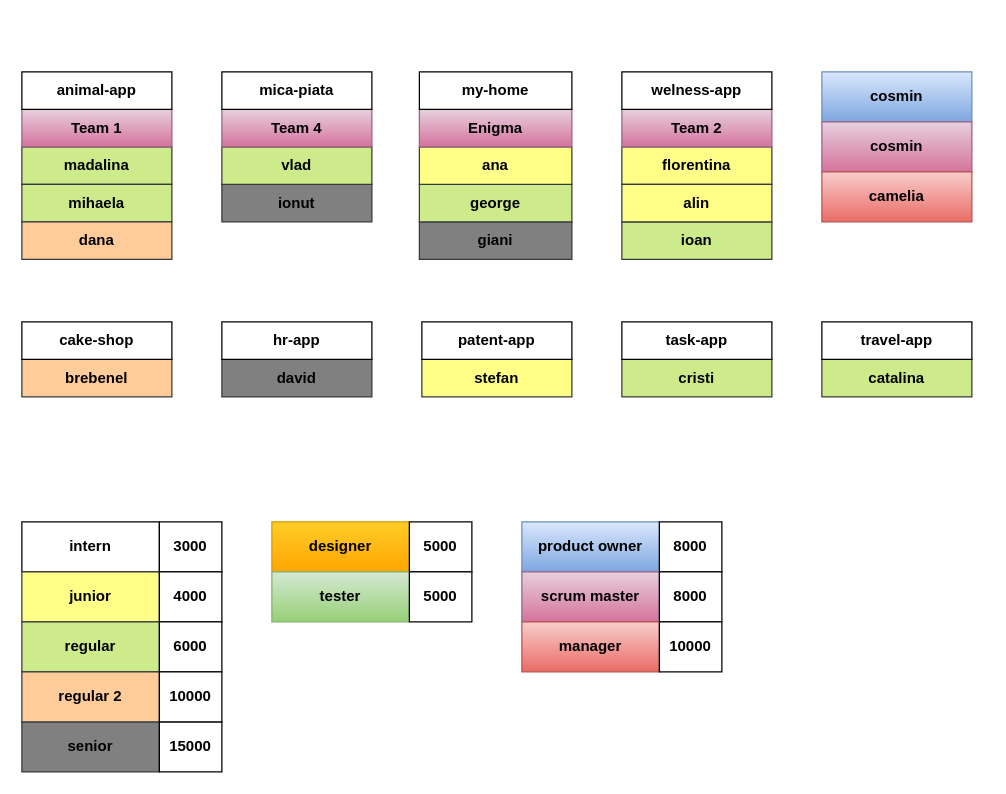
This is docs/team RO23.drawio from cosminbucur/final-ro23, a draw.io file, before an edit. Source tidied: cells renumbered, new cells numbered last; positions are measured from the earlier drawing's top-left corner, leaving out a move shared by most shapes. Both pictures are drawn from the tidied source at 125%, with x=0, y=0 at pixel (21, 71).
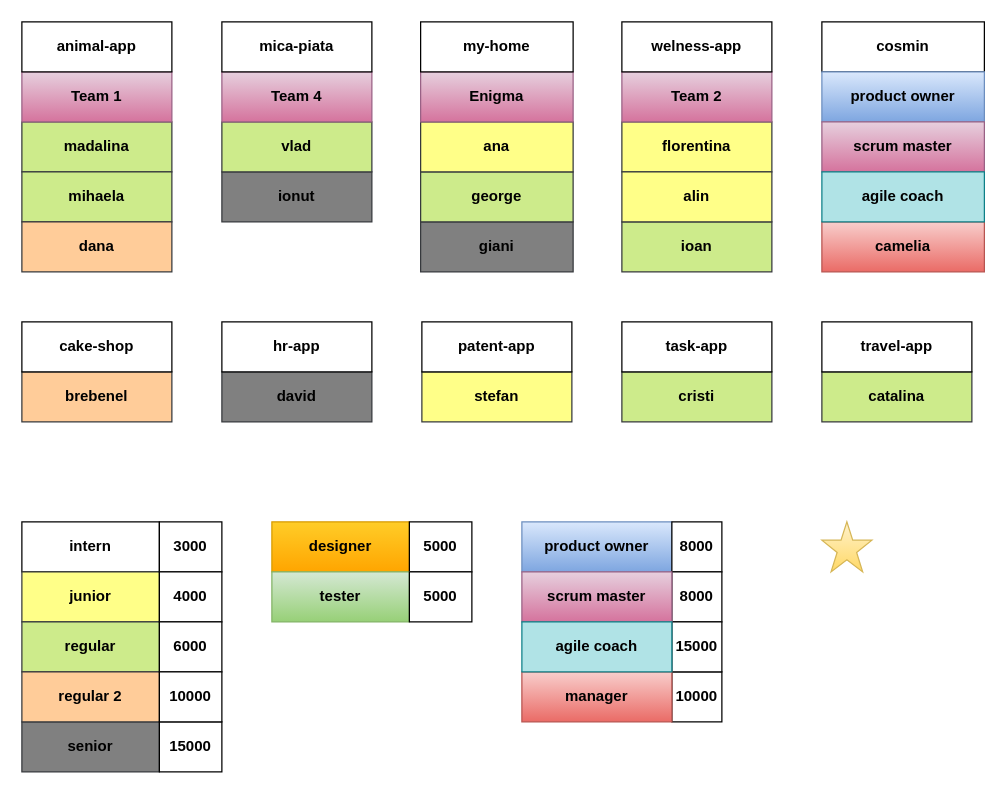
After the change.

Change to the diagram source:
```diff
@@
     <mxCell id="7" style="group;" parent="1" vertex="1">
-      <mxGeometry x="320" y="200" width="120" height="60" as="geometry" />
+      <mxGeometry x="320" y="200" width="120" height="80" as="geometry" />
     </mxCell>
     <mxCell id="8" value="stefan" style="rounded=0;whiteSpace=wrap;html=1;fillColor=#ffff88;strokeColor=#36393d;fontStyle=1;" parent="7" vertex="1">
-      <mxGeometry y="30" width="120" height="30" as="geometry" />
+      <mxGeometry y="40" width="120" height="40" as="geometry" />
     </mxCell>
     <mxCell id="9" value="patent-app" style="rounded=0;whiteSpace=wrap;html=1;fontStyle=1;" parent="7" vertex="1">
-      <mxGeometry width="120" height="30" as="geometry" />
+      <mxGeometry width="120" height="40" as="geometry" />
     </mxCell>
@@
-    <mxCell id="15" value="product owner" style="rounded=0;whiteSpace=wrap;html=1;fillColor=#dae8fc;strokeColor=#6c8ebf;fontStyle=1;gradientColor=#7ea6e0;" parent="1" vertex="1">
-      <mxGeometry x="400" y="360" width="110" height="40" as="geometry" />
-    </mxCell>
-    <mxCell id="16" value="8000" style="rounded=0;whiteSpace=wrap;html=1;fontStyle=1;" parent="1" vertex="1">
-      <mxGeometry x="510" y="360" width="50" height="40" as="geometry" />
-    </mxCell>
-    <mxCell id="17" value="scrum master" style="rounded=0;whiteSpace=wrap;html=1;fillColor=#e6d0de;strokeColor=#996185;fontStyle=1;gradientColor=#d5739d;" parent="1" vertex="1">
-      <mxGeometry x="400" y="400" width="110" height="40" as="geometry" />
-    </mxCell>
-    <mxCell id="18" value="8000" style="rounded=0;whiteSpace=wrap;html=1;fontStyle=1;" parent="1" vertex="1">
-      <mxGeometry x="510" y="400" width="50" height="40" as="geometry" />
-    </mxCell>
-    <mxCell id="19" value="manager" style="rounded=0;whiteSpace=wrap;html=1;fillColor=#f8cecc;strokeColor=#b85450;fontStyle=1;gradientColor=#ea6b66;" parent="1" vertex="1">
-      <mxGeometry x="400" y="440" width="110" height="40" as="geometry" />
-    </mxCell>
-    <mxCell id="20" value="10000" style="rounded=0;whiteSpace=wrap;html=1;fontStyle=1;" parent="1" vertex="1">
-      <mxGeometry x="510" y="440" width="50" height="40" as="geometry" />
-    </mxCell>
@@
     <mxCell id="25" style="group;" parent="1" vertex="1">
-      <mxGeometry x="640" y="200" width="120" height="60" as="geometry" />
+      <mxGeometry x="640" y="200" width="120" height="80" as="geometry" />
     </mxCell>
     <mxCell id="26" value="catalina" style="rounded=0;whiteSpace=wrap;html=1;fillColor=#cdeb8b;strokeColor=#36393d;fontStyle=1;" parent="25" vertex="1">
-      <mxGeometry y="30" width="120" height="30" as="geometry" />
+      <mxGeometry y="40" width="120" height="40" as="geometry" />
     </mxCell>
     <mxCell id="27" value="travel-app" style="rounded=0;whiteSpace=wrap;html=1;fontStyle=1;" parent="25" vertex="1">
-      <mxGeometry width="120" height="30" as="geometry" />
+      <mxGeometry width="120" height="40" as="geometry" />
     </mxCell>
     <mxCell id="28" style="group;" parent="1" vertex="1">
-      <mxGeometry x="480" y="200" width="120" height="60" as="geometry" />
+      <mxGeometry x="480" y="200" width="120" height="80" as="geometry" />
     </mxCell>
     <mxCell id="29" value="cristi" style="rounded=0;whiteSpace=wrap;html=1;fillColor=#cdeb8b;strokeColor=#36393d;fontStyle=1;" parent="28" vertex="1">
-      <mxGeometry y="30" width="120" height="30" as="geometry" />
+      <mxGeometry y="40" width="120" height="40" as="geometry" />
     </mxCell>
     <mxCell id="30" value="task-app" style="rounded=0;whiteSpace=wrap;html=1;fontStyle=1;" parent="28" vertex="1">
-      <mxGeometry width="120" height="30" as="geometry" />
+      <mxGeometry width="120" height="40" as="geometry" />
     </mxCell>
     <mxCell id="31" style="group;" parent="1" vertex="1">
-      <mxGeometry y="200" width="120" height="60" as="geometry" />
+      <mxGeometry y="200" width="120" height="80" as="geometry" />
     </mxCell>
     <mxCell id="32" value="brebenel" style="rounded=0;whiteSpace=wrap;html=1;strokeColor=#36393d;fontStyle=1;fillColor=#FFCC99;" parent="31" vertex="1">
-      <mxGeometry y="30" width="120" height="30" as="geometry" />
+      <mxGeometry y="40" width="120" height="40" as="geometry" />
     </mxCell>
     <mxCell id="33" value="cake-shop" style="rounded=0;whiteSpace=wrap;html=1;fontStyle=1;" parent="31" vertex="1">
-      <mxGeometry width="120" height="30" as="geometry" />
+      <mxGeometry width="120" height="40" as="geometry" />
     </mxCell>
     <mxCell id="34" style="group;" parent="1" vertex="1">
-      <mxGeometry x="160" y="200" width="120" height="60" as="geometry" />
+      <mxGeometry x="160" y="200" width="120" height="80" as="geometry" />
     </mxCell>
     <mxCell id="35" value="david" style="rounded=0;whiteSpace=wrap;html=1;strokeColor=#36393d;fontStyle=1;fillColor=#808080;" parent="34" vertex="1">
-      <mxGeometry y="30" width="120" height="30" as="geometry" />
+      <mxGeometry y="40" width="120" height="40" as="geometry" />
     </mxCell>
     <mxCell id="36" value="hr-app" style="rounded=0;whiteSpace=wrap;html=1;fontStyle=1;" parent="34" vertex="1">
-      <mxGeometry width="120" height="30" as="geometry" />
+      <mxGeometry width="120" height="40" as="geometry" />
     </mxCell>
     <mxCell id="37" style="group;" parent="1" vertex="1">
-      <mxGeometry width="120" height="150" as="geometry" />
+      <mxGeometry y="-40" width="120" height="200" as="geometry" />
     </mxCell>
     <mxCell id="38" value="madalina" style="rounded=0;whiteSpace=wrap;html=1;fillColor=#cdeb8b;strokeColor=#36393d;fontStyle=1;" parent="37" vertex="1">
-      <mxGeometry y="60" width="120" height="30" as="geometry" />
+      <mxGeometry y="80" width="120" height="40" as="geometry" />
     </mxCell>
     <mxCell id="39" value="mihaela" style="rounded=0;whiteSpace=wrap;html=1;fillColor=#cdeb8b;strokeColor=#36393d;fontStyle=1;" parent="37" vertex="1">
-      <mxGeometry y="90" width="120" height="30" as="geometry" />
+      <mxGeometry y="120" width="120" height="40" as="geometry" />
     </mxCell>
     <mxCell id="40" value="dana" style="rounded=0;whiteSpace=wrap;html=1;strokeColor=#36393d;fontStyle=1;fillColor=#FFCC99;" parent="37" vertex="1">
-      <mxGeometry y="120" width="120" height="30" as="geometry" />
+      <mxGeometry y="160" width="120" height="40" as="geometry" />
     </mxCell>
     <mxCell id="41" value="Team 1" style="rounded=0;whiteSpace=wrap;html=1;fontStyle=1;gradientColor=#d5739d;fillColor=#e6d0de;strokeColor=#996185;" parent="37" vertex="1">
-      <mxGeometry y="30" width="120" height="30" as="geometry" />
+      <mxGeometry y="40" width="120" height="40" as="geometry" />
     </mxCell>
     <mxCell id="42" value="animal-app" style="rounded=0;whiteSpace=wrap;html=1;fontStyle=1;" parent="37" vertex="1">
-      <mxGeometry width="120" height="30" as="geometry" />
+      <mxGeometry width="120" height="40" as="geometry" />
     </mxCell>
     <mxCell id="43" style="group;" parent="1" vertex="1">
-      <mxGeometry x="160" width="120" height="120" as="geometry" />
+      <mxGeometry x="160" y="-40" width="120" height="160" as="geometry" />
     </mxCell>
     <mxCell id="44" value="ionut" style="rounded=0;whiteSpace=wrap;html=1;strokeColor=#36393d;fontStyle=1;fillColor=#808080;" parent="43" vertex="1">
-      <mxGeometry y="90" width="120" height="30" as="geometry" />
+      <mxGeometry y="120" width="120" height="40" as="geometry" />
     </mxCell>
     <mxCell id="45" value="vlad" style="rounded=0;whiteSpace=wrap;html=1;fillColor=#cdeb8b;strokeColor=#36393d;fontStyle=1;" parent="43" vertex="1">
-      <mxGeometry y="60" width="120" height="30" as="geometry" />
+      <mxGeometry y="80" width="120" height="40" as="geometry" />
     </mxCell>
     <mxCell id="46" value="Team 4" style="rounded=0;whiteSpace=wrap;html=1;fontStyle=1;gradientColor=#d5739d;fillColor=#e6d0de;strokeColor=#996185;" parent="43" vertex="1">
-      <mxGeometry y="30" width="120" height="30" as="geometry" />
+      <mxGeometry y="40" width="120" height="40" as="geometry" />
     </mxCell>
     <mxCell id="47" value="mica-piata" style="rounded=0;whiteSpace=wrap;html=1;fontStyle=1;" parent="43" vertex="1">
-      <mxGeometry width="120" height="30" as="geometry" />
+      <mxGeometry width="120" height="40" as="geometry" />
     </mxCell>
     <mxCell id="48" style="group;" parent="1" vertex="1">
-      <mxGeometry x="318" width="122" height="150" as="geometry" />
+      <mxGeometry x="319" y="-40" width="122" height="200" as="geometry" />
     </mxCell>
     <mxCell id="49" value="giani" style="rounded=0;whiteSpace=wrap;html=1;strokeColor=#36393d;fontStyle=1;fillColor=#808080;" parent="48" vertex="1">
-      <mxGeometry y="120" width="122" height="30" as="geometry" />
+      <mxGeometry y="160" width="122" height="40" as="geometry" />
     </mxCell>
     <mxCell id="50" value="george" style="rounded=0;whiteSpace=wrap;html=1;fillColor=#cdeb8b;strokeColor=#36393d;fontStyle=1;" parent="48" vertex="1">
-      <mxGeometry y="90" width="122" height="30" as="geometry" />
+      <mxGeometry y="120" width="122" height="40" as="geometry" />
     </mxCell>
     <mxCell id="51" value="ana" style="rounded=0;whiteSpace=wrap;html=1;fillColor=#ffff88;strokeColor=#36393d;fontStyle=1;" parent="48" vertex="1">
-      <mxGeometry y="60" width="122" height="30" as="geometry" />
+      <mxGeometry y="80" width="122" height="40" as="geometry" />
     </mxCell>
     <mxCell id="52" value="Enigma" style="rounded=0;whiteSpace=wrap;html=1;fontStyle=1;gradientColor=#d5739d;fillColor=#e6d0de;strokeColor=#996185;" parent="48" vertex="1">
-      <mxGeometry y="30" width="122" height="30" as="geometry" />
+      <mxGeometry y="40" width="122" height="40" as="geometry" />
     </mxCell>
     <mxCell id="53" value="my-home" style="rounded=0;whiteSpace=wrap;html=1;fontStyle=1;" parent="48" vertex="1">
-      <mxGeometry width="122" height="30" as="geometry" />
+      <mxGeometry width="122" height="40" as="geometry" />
     </mxCell>
     <mxCell id="54" style="group;" parent="1" vertex="1">
-      <mxGeometry x="480" width="120" height="150" as="geometry" />
+      <mxGeometry x="480" y="-40" width="120" height="200" as="geometry" />
     </mxCell>
     <mxCell id="55" value="florentina" style="rounded=0;whiteSpace=wrap;html=1;fillColor=#ffff88;strokeColor=#36393d;fontStyle=1;" parent="54" vertex="1">
-      <mxGeometry y="60" width="120" height="30" as="geometry" />
+      <mxGeometry y="80" width="120" height="40" as="geometry" />
     </mxCell>
     <mxCell id="56" value="ioan" style="rounded=0;whiteSpace=wrap;html=1;fillColor=#cdeb8b;strokeColor=#36393d;fontStyle=1;" parent="54" vertex="1">
-      <mxGeometry y="120" width="120" height="30" as="geometry" />
+      <mxGeometry y="160" width="120" height="40" as="geometry" />
     </mxCell>
     <mxCell id="57" value="alin" style="rounded=0;whiteSpace=wrap;html=1;fillColor=#ffff88;strokeColor=#36393d;fontStyle=1;" parent="54" vertex="1">
-      <mxGeometry y="90" width="120" height="30" as="geometry" />
+      <mxGeometry y="120" width="120" height="40" as="geometry" />
     </mxCell>
     <mxCell id="58" value="Team 2" style="rounded=0;whiteSpace=wrap;html=1;fontStyle=1;gradientColor=#d5739d;fillColor=#e6d0de;strokeColor=#996185;" parent="54" vertex="1">
-      <mxGeometry y="30" width="120" height="30" as="geometry" />
+      <mxGeometry y="40" width="120" height="40" as="geometry" />
     </mxCell>
     <mxCell id="59" value="welness-app" style="rounded=0;whiteSpace=wrap;html=1;fontStyle=1;" parent="54" vertex="1">
-      <mxGeometry width="120" height="30" as="geometry" />
+      <mxGeometry width="120" height="40" as="geometry" />
     </mxCell>
     <mxCell id="60" style="group;" parent="1" vertex="1">
-      <mxGeometry x="640" width="120" height="120" as="geometry" />
+      <mxGeometry x="640" y="-40" width="120" height="120" as="geometry" />
     </mxCell>
+    <mxCell id="64" style="verticalLabelPosition=bottom;verticalAlign=top;html=1;shape=mxgraph.basic.star;fillColor=#fff2cc;strokeColor=#d6b656;gradientColor=#ffd966;" parent="1" vertex="1">
+      <mxGeometry x="640" y="360" width="40" height="40" as="geometry" />
+    </mxCell>
+    <mxCell id="65" style="group;" parent="1" vertex="1">
+      <mxGeometry x="400" y="360" width="160" height="160" as="geometry" />
+    </mxCell>
+    <mxCell id="15" value="product owner" style="rounded=0;whiteSpace=wrap;html=1;fillColor=#dae8fc;strokeColor=#6c8ebf;fontStyle=1;gradientColor=#7ea6e0;" parent="65" vertex="1">
+      <mxGeometry width="120" height="40" as="geometry" />
+    </mxCell>
+    <mxCell id="66" style="group;" parent="65" vertex="1">
+      <mxGeometry x="120" width="40" height="160" as="geometry" />
+    </mxCell>
+    <mxCell id="16" value="8000" style="rounded=0;whiteSpace=wrap;html=1;fontStyle=1;" parent="66" vertex="1">
+      <mxGeometry width="40" height="40" as="geometry" />
+    </mxCell>
+    <mxCell id="18" value="8000" style="rounded=0;whiteSpace=wrap;html=1;fontStyle=1;" parent="66" vertex="1">
+      <mxGeometry y="40" width="40" height="40" as="geometry" />
+    </mxCell>
+    <mxCell id="20" value="10000" style="rounded=0;whiteSpace=wrap;html=1;fontStyle=1;" parent="66" vertex="1">
+      <mxGeometry y="120" width="40" height="40" as="geometry" />
+    </mxCell>
+    <mxCell id="67" value="15000" style="rounded=0;whiteSpace=wrap;html=1;fontStyle=1;" parent="66" vertex="1">
+      <mxGeometry y="80" width="40" height="40" as="geometry" />
+    </mxCell>
+    <mxCell id="68" style="group;" parent="65" vertex="1">
+      <mxGeometry y="40" width="120" height="120" as="geometry" />
+    </mxCell>
+    <mxCell id="17" value="scrum master" style="rounded=0;whiteSpace=wrap;html=1;fillColor=#e6d0de;strokeColor=#996185;fontStyle=1;gradientColor=#d5739d;" parent="68" vertex="1">
+      <mxGeometry width="120" height="40" as="geometry" />
+    </mxCell>
+    <mxCell id="19" value="manager" style="rounded=0;whiteSpace=wrap;html=1;fillColor=#f8cecc;strokeColor=#b85450;fontStyle=1;gradientColor=#ea6b66;" parent="68" vertex="1">
+      <mxGeometry y="80" width="120" height="40" as="geometry" />
+    </mxCell>
+    <mxCell id="69" value="agile coach" style="rounded=0;whiteSpace=wrap;html=1;fillColor=#b0e3e6;strokeColor=#0e8088;fontStyle=1;" parent="68" vertex="1">
+      <mxGeometry y="40" width="120" height="40" as="geometry" />
+    </mxCell>
+    <mxCell id="70" style="group;" parent="1" vertex="1">
+      <mxGeometry x="640" y="-40" width="130" height="200" as="geometry" />
+    </mxCell>
-    <mxCell id="61" value="cosmin" style="rounded=0;whiteSpace=wrap;html=1;fillColor=#dae8fc;strokeColor=#6c8ebf;fontStyle=1;gradientColor=#7ea6e0;" parent="60" vertex="1">
-      <mxGeometry width="120" height="40" as="geometry" />
+    <mxCell id="61" value="cosmin" style="rounded=0;whiteSpace=wrap;html=1;fontStyle=1;" parent="70" vertex="1">
+      <mxGeometry width="130" height="40" as="geometry" />
     </mxCell>
-    <mxCell id="62" value="cosmin" style="rounded=0;whiteSpace=wrap;html=1;fillColor=#e6d0de;strokeColor=#996185;fontStyle=1;gradientColor=#d5739d;" parent="60" vertex="1">
-      <mxGeometry y="40" width="120" height="40" as="geometry" />
-    </mxCell>
-    <mxCell id="63" value="camelia" style="rounded=0;whiteSpace=wrap;html=1;fillColor=#f8cecc;strokeColor=#b85450;fontStyle=1;gradientColor=#ea6b66;" parent="60" vertex="1">
-      <mxGeometry y="80" width="120" height="40" as="geometry" />
+    <mxCell id="63" value="camelia" style="rounded=0;whiteSpace=wrap;html=1;fillColor=#f8cecc;strokeColor=#b85450;fontStyle=1;gradientColor=#ea6b66;" parent="70" vertex="1">
+      <mxGeometry y="160" width="130" height="40" as="geometry" />
     </mxCell>
+    <mxCell id="71" style="group;" parent="70" vertex="1">
+      <mxGeometry y="40" width="130" height="120" as="geometry" />
+    </mxCell>
+    <mxCell id="72" value="product owner" style="rounded=0;whiteSpace=wrap;html=1;fillColor=#dae8fc;strokeColor=#6c8ebf;fontStyle=1;gradientColor=#7ea6e0;" parent="71" vertex="1">
+      <mxGeometry width="130" height="40" as="geometry" />
+    </mxCell>
+    <mxCell id="73" value="scrum master" style="rounded=0;whiteSpace=wrap;html=1;fillColor=#e6d0de;strokeColor=#996185;fontStyle=1;gradientColor=#d5739d;" parent="71" vertex="1">
+      <mxGeometry y="40" width="130" height="40" as="geometry" />
+    </mxCell>
+    <mxCell id="74" value="agile coach" style="rounded=0;whiteSpace=wrap;html=1;fillColor=#b0e3e6;strokeColor=#0e8088;fontStyle=1;" parent="71" vertex="1">
+      <mxGeometry y="80" width="130" height="40" as="geometry" />
+    </mxCell>
```
